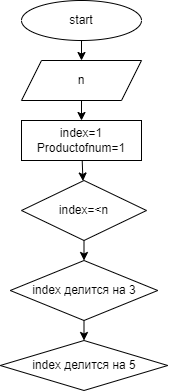
This is task1.drawio.png from daria9408/daria9408, a draw.io export, as it was before one commit. Source tidied: cells renumbered, new cells last; positions are measured from the earlier drawing's top-left corner, leaving out a move shared by most shapes.
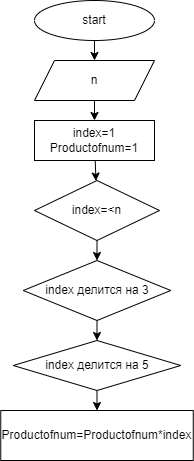
Later version of the same file.

Commit message:
добавлено произведение чисел

Change to the diagram source:
```diff
@@ -32,8 +32,14 @@
     <mxCell id="11" value="index делится на 3" style="rhombus;whiteSpace=wrap;html=1;" parent="1" vertex="1">
       <mxGeometry x="9.8" y="260" width="147.5" height="60" as="geometry" />
     </mxCell>
+    <mxCell id="13" style="edgeStyle=none;html=1;" parent="1" edge="1" source="12" target="14">
+      <mxGeometry relative="1" as="geometry" />
+    </mxCell>
     <mxCell id="12" value="index делится на 5" style="rhombus;whiteSpace=wrap;html=1;" parent="1" vertex="1">
       <mxGeometry x="-0.2" y="340" width="167.5" height="50" as="geometry" />
     </mxCell>
+    <mxCell id="14" value="Productofnum=Productofnum*index" style="whiteSpace=wrap;html=1;" parent="1" vertex="1">
+      <mxGeometry x="-12.8" y="410" width="192.5" height="50" as="geometry" />
+    </mxCell>
   </root>
 </mxGraphModel>
```
